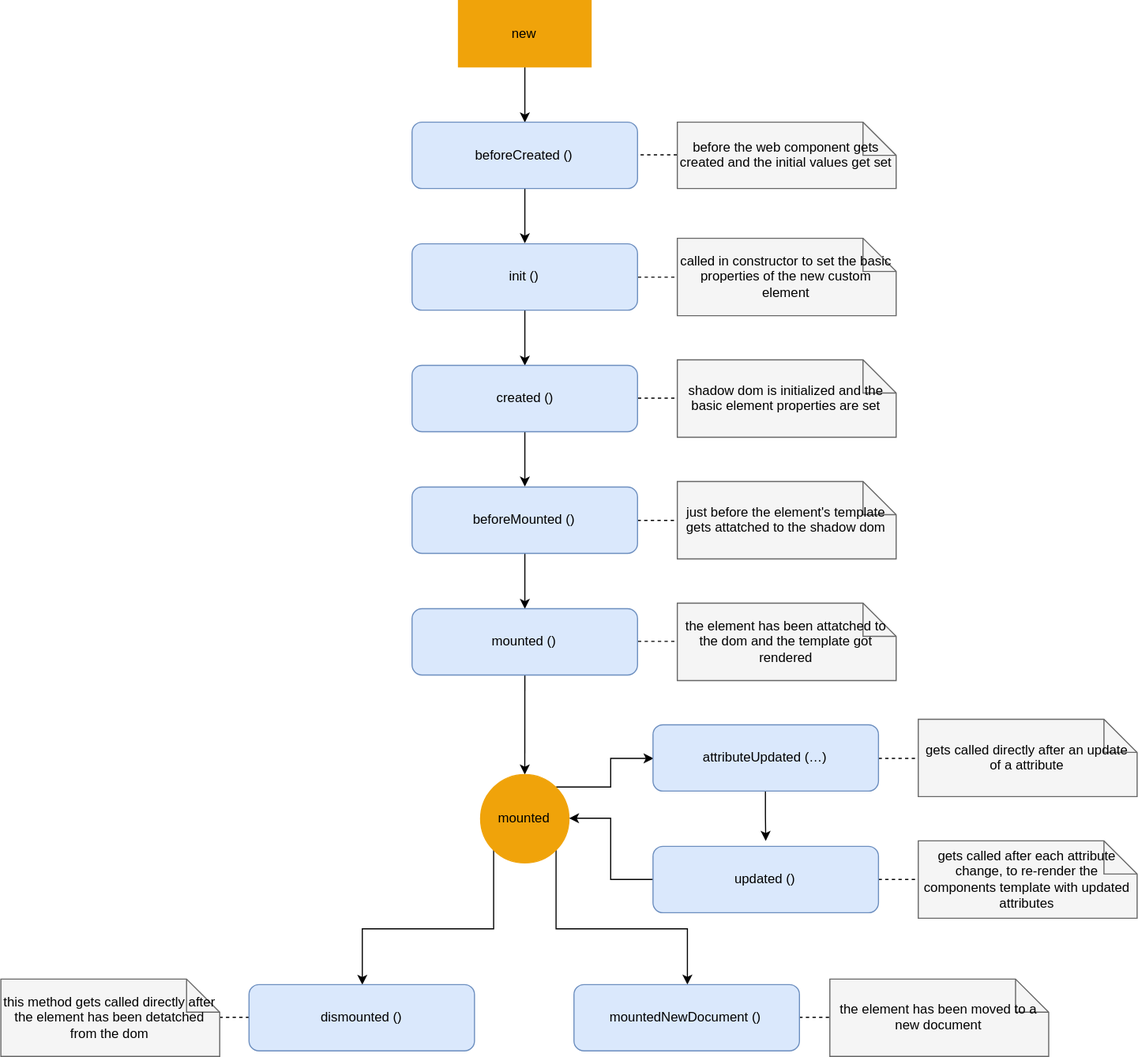
Before: img/component-lifecycle.svg, a diagram exported from draw.io (tangleMesh/base-class). Source tidied: cells renumbered, new cells last; positions are measured from the earlier drawing's top-left corner, leaving out a move shared by most shapes. Its diagram source:
```xml
<mxGraphModel background="#ffffff">
  <root>
    <mxCell id="0" />
    <mxCell id="1" parent="0" />
    <mxCell id="2" style="edgeStyle=orthogonalEdgeStyle;rounded=0;html=1;exitX=0.5;exitY=1;entryX=0.5;entryY=0;jettySize=auto;" parent="1" edge="1" source="3" target="31">
      <mxGeometry relative="1" as="geometry" />
    </mxCell>
    <mxCell id="3" value="new" style="rounded=0;whiteSpace=wrap;html=1;fillColor=#f0a30a;strokeColor=#f0a30a;" parent="1" vertex="1">
      <mxGeometry x="414" width="120" height="60" as="geometry" />
    </mxCell>
    <mxCell id="4" style="edgeStyle=orthogonalEdgeStyle;rounded=0;html=1;exitX=0.5;exitY=1;entryX=0.5;entryY=0;jettySize=auto;" parent="1" edge="1" source="6" target="9">
      <mxGeometry relative="1" as="geometry" />
    </mxCell>
    <mxCell id="5" style="edgeStyle=orthogonalEdgeStyle;rounded=0;html=1;exitX=1;exitY=0.5;entryX=0;entryY=0.5;dashed=1;endArrow=none;endFill=0;jettySize=auto;strokeColor=#000000;" parent="1" edge="1" source="6" target="34">
      <mxGeometry relative="1" as="geometry" />
    </mxCell>
    <mxCell id="6" value="init ()" style="rounded=1;whiteSpace=wrap;html=1;fillColor=#dae8fc;strokeColor=#6c8ebf;" parent="1" vertex="1">
      <mxGeometry x="372" y="220" width="204" height="60" as="geometry" />
    </mxCell>
    <mxCell id="7" style="edgeStyle=orthogonalEdgeStyle;rounded=0;html=1;exitX=0.5;exitY=1;entryX=0.5;entryY=0;jettySize=auto;" parent="1" edge="1" source="9" target="12">
      <mxGeometry relative="1" as="geometry" />
    </mxCell>
    <mxCell id="8" style="edgeStyle=orthogonalEdgeStyle;rounded=0;html=1;exitX=1;exitY=0.5;entryX=0;entryY=0.5;dashed=1;endArrow=none;endFill=0;jettySize=auto;strokeColor=#000000;" parent="1" edge="1" source="9" target="35">
      <mxGeometry relative="1" as="geometry" />
    </mxCell>
    <mxCell id="9" value="created ()" style="rounded=1;whiteSpace=wrap;html=1;fillColor=#dae8fc;strokeColor=#6c8ebf;" parent="1" vertex="1">
      <mxGeometry x="372" y="330" width="204" height="60" as="geometry" />
    </mxCell>
    <mxCell id="10" style="edgeStyle=orthogonalEdgeStyle;rounded=0;html=1;exitX=0.5;exitY=1;entryX=0.5;entryY=0;jettySize=auto;" parent="1" edge="1" source="12" target="15">
      <mxGeometry relative="1" as="geometry" />
    </mxCell>
    <mxCell id="11" style="edgeStyle=orthogonalEdgeStyle;rounded=0;html=1;dashed=1;endArrow=none;endFill=0;jettySize=auto;strokeColor=#000000;" parent="1" edge="1" source="12" target="36">
      <mxGeometry relative="1" as="geometry" />
    </mxCell>
    <mxCell id="12" value="beforeMounted ()" style="rounded=1;whiteSpace=wrap;html=1;fillColor=#dae8fc;strokeColor=#6c8ebf;" parent="1" vertex="1">
      <mxGeometry x="372" y="440" width="204" height="60" as="geometry" />
    </mxCell>
    <mxCell id="13" style="edgeStyle=orthogonalEdgeStyle;rounded=0;html=1;exitX=0.5;exitY=1;jettySize=auto;" parent="1" edge="1" source="15" target="19">
      <mxGeometry relative="1" as="geometry" />
    </mxCell>
    <mxCell id="14" style="edgeStyle=orthogonalEdgeStyle;rounded=0;html=1;exitX=1;exitY=0.5;entryX=0;entryY=0.5;dashed=1;endArrow=none;endFill=0;jettySize=auto;strokeColor=#000000;" parent="1" edge="1" source="15" target="37">
      <mxGeometry relative="1" as="geometry" />
    </mxCell>
    <mxCell id="15" value="mounted ()" style="rounded=1;whiteSpace=wrap;html=1;fillColor=#dae8fc;strokeColor=#6c8ebf;" parent="1" vertex="1">
      <mxGeometry x="372" y="550" width="204" height="60" as="geometry" />
    </mxCell>
    <mxCell id="16" style="edgeStyle=orthogonalEdgeStyle;rounded=0;html=1;exitX=0;exitY=1;entryX=0.5;entryY=0;jettySize=auto;" parent="1" edge="1" source="19" target="29">
      <mxGeometry relative="1" as="geometry">
        <Array as="points">
          <mxPoint x="446" y="840" />
          <mxPoint x="327" y="840" />
        </Array>
      </mxGeometry>
    </mxCell>
    <mxCell id="17" style="edgeStyle=orthogonalEdgeStyle;rounded=0;html=1;exitX=1;exitY=1;jettySize=auto;" parent="1" edge="1" source="19" target="27">
      <mxGeometry relative="1" as="geometry">
        <Array as="points">
          <mxPoint x="502" y="840" />
          <mxPoint x="621" y="840" />
        </Array>
      </mxGeometry>
    </mxCell>
    <mxCell id="18" style="edgeStyle=orthogonalEdgeStyle;rounded=0;html=1;exitX=1;exitY=0;entryX=0;entryY=0.5;jettySize=auto;" parent="1" edge="1" source="19" target="22">
      <mxGeometry relative="1" as="geometry" />
    </mxCell>
    <mxCell id="19" value="mounted" style="ellipse;whiteSpace=wrap;html=1;fillColor=#f0a30a;strokeColor=#f0a30a;" parent="1" vertex="1">
      <mxGeometry x="434" y="700" width="80" height="80" as="geometry" />
    </mxCell>
    <mxCell id="20" style="edgeStyle=orthogonalEdgeStyle;rounded=0;html=1;exitX=0.5;exitY=1;jettySize=auto;" parent="1" edge="1" source="22">
      <mxGeometry relative="1" as="geometry">
        <mxPoint x="692" y="760" as="targetPoint" />
      </mxGeometry>
    </mxCell>
    <mxCell id="21" style="edgeStyle=orthogonalEdgeStyle;rounded=0;html=1;exitX=1;exitY=0.5;entryX=0;entryY=0.5;dashed=1;endArrow=none;endFill=0;jettySize=auto;strokeColor=#000000;" parent="1" edge="1" source="22" target="38">
      <mxGeometry relative="1" as="geometry" />
    </mxCell>
    <mxCell id="22" value="attributeUpdated (…)" style="rounded=1;whiteSpace=wrap;html=1;fillColor=#dae8fc;strokeColor=#6c8ebf;" parent="1" vertex="1">
      <mxGeometry x="590" y="655" width="204" height="60" as="geometry" />
    </mxCell>
    <mxCell id="23" style="edgeStyle=orthogonalEdgeStyle;rounded=0;html=1;exitX=0;exitY=0.5;entryX=1;entryY=0.5;jettySize=auto;" parent="1" edge="1" source="25" target="19">
      <mxGeometry relative="1" as="geometry" />
    </mxCell>
    <mxCell id="24" style="edgeStyle=orthogonalEdgeStyle;rounded=0;html=1;exitX=1;exitY=0.5;entryX=0;entryY=0.5;dashed=1;endArrow=none;endFill=0;jettySize=auto;strokeColor=#000000;" parent="1" edge="1" source="25" target="39">
      <mxGeometry relative="1" as="geometry" />
    </mxCell>
    <mxCell id="25" value="updated ()" style="rounded=1;whiteSpace=wrap;html=1;fillColor=#dae8fc;strokeColor=#6c8ebf;" parent="1" vertex="1">
      <mxGeometry x="590" y="765" width="204" height="60" as="geometry" />
    </mxCell>
    <mxCell id="26" style="edgeStyle=orthogonalEdgeStyle;rounded=0;html=1;exitX=1;exitY=0.5;entryX=0;entryY=0.5;dashed=1;endArrow=none;endFill=0;jettySize=auto;strokeColor=#000000;" parent="1" edge="1" source="27" target="41">
      <mxGeometry relative="1" as="geometry" />
    </mxCell>
    <mxCell id="27" value="mountedNewDocument ()" style="rounded=1;whiteSpace=wrap;html=1;fillColor=#dae8fc;strokeColor=#6c8ebf;" parent="1" vertex="1">
      <mxGeometry x="518.5" y="890" width="204" height="60" as="geometry" />
    </mxCell>
    <mxCell id="28" style="edgeStyle=orthogonalEdgeStyle;rounded=0;html=1;exitX=0;exitY=0.5;entryX=1;entryY=0.5;dashed=1;endArrow=none;endFill=0;jettySize=auto;strokeColor=#000000;" parent="1" edge="1" source="29" target="40">
      <mxGeometry relative="1" as="geometry" />
    </mxCell>
    <mxCell id="29" value="dismounted ()" style="rounded=1;whiteSpace=wrap;html=1;fillColor=#dae8fc;strokeColor=#6c8ebf;" parent="1" vertex="1">
      <mxGeometry x="224.5" y="890" width="204" height="60" as="geometry" />
    </mxCell>
    <mxCell id="30" style="edgeStyle=orthogonalEdgeStyle;rounded=0;html=1;exitX=0.5;exitY=1;entryX=0.5;entryY=0;jettySize=auto;" parent="1" edge="1" source="31" target="6">
      <mxGeometry relative="1" as="geometry" />
    </mxCell>
    <mxCell id="31" value="beforeCreated ()" style="rounded=1;whiteSpace=wrap;html=1;fillColor=#dae8fc;strokeColor=#6c8ebf;" parent="1" vertex="1">
      <mxGeometry x="372" y="110" width="204" height="60" as="geometry" />
    </mxCell>
    <mxCell id="32" style="edgeStyle=orthogonalEdgeStyle;rounded=0;html=1;exitX=0;exitY=0.5;entryX=1;entryY=0.5;jettySize=auto;dashed=1;strokeColor=#000000;endArrow=none;endFill=0;" parent="1" edge="1" source="33" target="31">
      <mxGeometry relative="1" as="geometry" />
    </mxCell>
    <mxCell id="33" value="before the web component gets created and the initial values get set" style="shape=note;whiteSpace=wrap;html=1;backgroundOutline=1;fillColor=#f5f5f5;strokeColor=#666666;" parent="1" vertex="1">
      <mxGeometry x="612" y="110" width="198" height="60" as="geometry" />
    </mxCell>
    <mxCell id="34" value="called in constructor to set the basic properties of the new custom element" style="shape=note;whiteSpace=wrap;html=1;backgroundOutline=1;fillColor=#f5f5f5;strokeColor=#666666;" parent="1" vertex="1">
      <mxGeometry x="612" y="215" width="198" height="70" as="geometry" />
    </mxCell>
    <mxCell id="35" value="shadow dom is initialized and the basic element properties are set" style="shape=note;whiteSpace=wrap;html=1;backgroundOutline=1;fillColor=#f5f5f5;strokeColor=#666666;" parent="1" vertex="1">
      <mxGeometry x="612" y="325" width="198" height="70" as="geometry" />
    </mxCell>
    <mxCell id="36" value="just before the element's template gets attatched to the shadow dom" style="shape=note;whiteSpace=wrap;html=1;backgroundOutline=1;fillColor=#f5f5f5;strokeColor=#666666;" parent="1" vertex="1">
      <mxGeometry x="612" y="435" width="198" height="70" as="geometry" />
    </mxCell>
    <mxCell id="37" value="the element has been attatched to the dom and the template got rendered" style="shape=note;whiteSpace=wrap;html=1;backgroundOutline=1;fillColor=#f5f5f5;strokeColor=#666666;" parent="1" vertex="1">
      <mxGeometry x="612" y="545" width="198" height="70" as="geometry" />
    </mxCell>
    <mxCell id="38" value="gets called directly after an update of a attribute" style="shape=note;whiteSpace=wrap;html=1;backgroundOutline=1;fillColor=#f5f5f5;strokeColor=#666666;" parent="1" vertex="1">
      <mxGeometry x="830" y="650" width="198" height="70" as="geometry" />
    </mxCell>
    <mxCell id="39" value="gets called after each attribute change, to re-render the components template with updated attributes" style="shape=note;whiteSpace=wrap;html=1;backgroundOutline=1;fillColor=#f5f5f5;strokeColor=#666666;" parent="1" vertex="1">
      <mxGeometry x="830" y="760" width="198" height="70" as="geometry" />
    </mxCell>
    <mxCell id="40" value="this method gets called directly after the element has been detatched from the dom" style="shape=note;whiteSpace=wrap;html=1;backgroundOutline=1;fillColor=#f5f5f5;strokeColor=#666666;" parent="1" vertex="1">
      <mxGeometry y="885" width="198" height="70" as="geometry" />
    </mxCell>
    <mxCell id="41" value="the element has been moved to a new document" style="shape=note;whiteSpace=wrap;html=1;backgroundOutline=1;fillColor=#f5f5f5;strokeColor=#666666;" parent="1" vertex="1">
      <mxGeometry x="750" y="885" width="198" height="70" as="geometry" />
    </mxCell>
  </root>
</mxGraphModel>
```
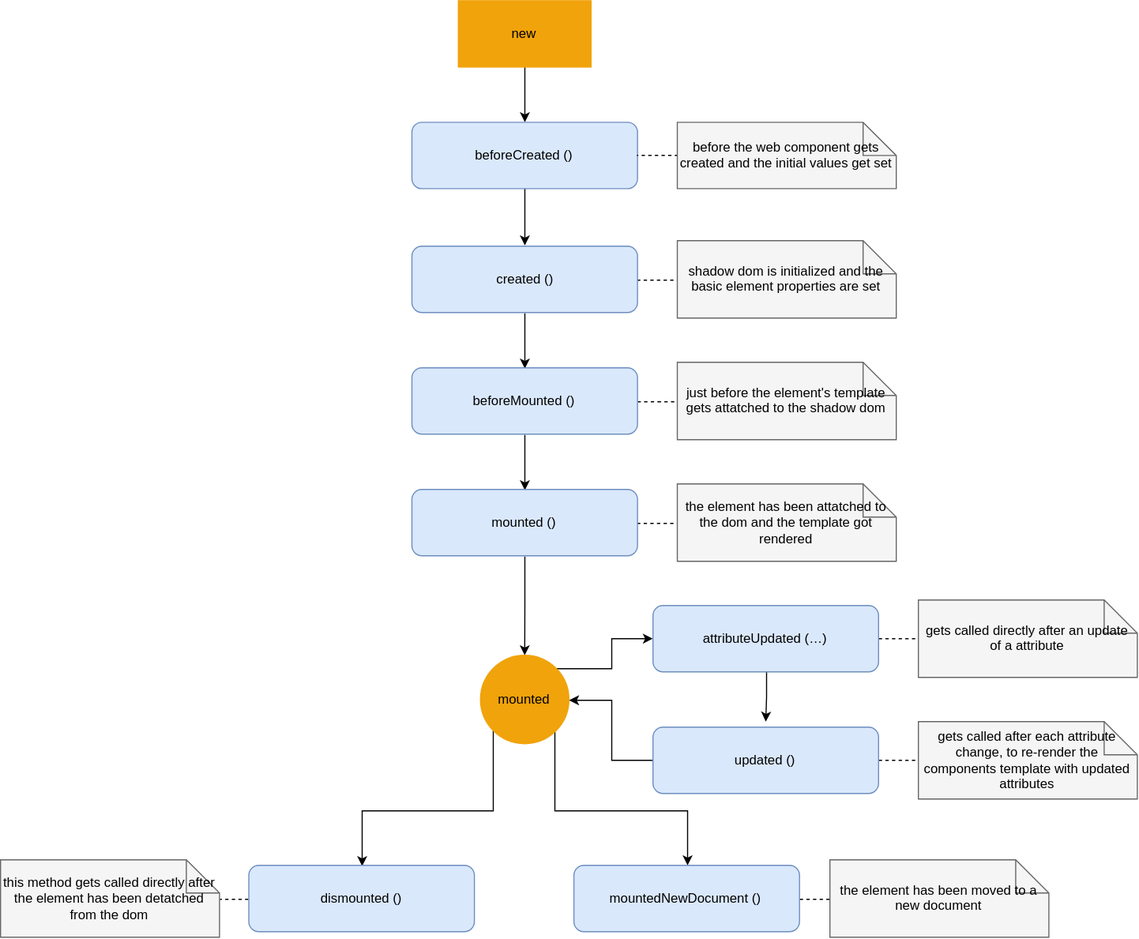
After the commit.

Change to the diagram source:
```diff
@@ -6,17 +6,8 @@
       <mxGeometry relative="1" as="geometry" />
     </mxCell>
     <mxCell id="3" value="new" style="rounded=0;whiteSpace=wrap;html=1;fillColor=#f0a30a;strokeColor=#f0a30a;" parent="1" vertex="1">
-      <mxGeometry x="414" width="120" height="60" as="geometry" />
+      <mxGeometry x="414" y="108" width="120" height="60" as="geometry" />
     </mxCell>
-    <mxCell id="4" style="edgeStyle=orthogonalEdgeStyle;rounded=0;html=1;exitX=0.5;exitY=1;entryX=0.5;entryY=0;jettySize=auto;" parent="1" edge="1" source="6" target="9">
-      <mxGeometry relative="1" as="geometry" />
-    </mxCell>
-    <mxCell id="5" style="edgeStyle=orthogonalEdgeStyle;rounded=0;html=1;exitX=1;exitY=0.5;entryX=0;entryY=0.5;dashed=1;endArrow=none;endFill=0;jettySize=auto;strokeColor=#000000;" parent="1" edge="1" source="6" target="34">
-      <mxGeometry relative="1" as="geometry" />
-    </mxCell>
-    <mxCell id="6" value="init ()" style="rounded=1;whiteSpace=wrap;html=1;fillColor=#dae8fc;strokeColor=#6c8ebf;" parent="1" vertex="1">
-      <mxGeometry x="372" y="220" width="204" height="60" as="geometry" />
-    </mxCell>
     <mxCell id="7" style="edgeStyle=orthogonalEdgeStyle;rounded=0;html=1;exitX=0.5;exitY=1;entryX=0.5;entryY=0;jettySize=auto;" parent="1" edge="1" source="9" target="12">
       <mxGeometry relative="1" as="geometry" />
     </mxCell>
@@ -98,21 +89,18 @@
     <mxCell id="29" value="dismounted ()" style="rounded=1;whiteSpace=wrap;html=1;fillColor=#dae8fc;strokeColor=#6c8ebf;" parent="1" vertex="1">
       <mxGeometry x="224.5" y="890" width="204" height="60" as="geometry" />
     </mxCell>
-    <mxCell id="30" style="edgeStyle=orthogonalEdgeStyle;rounded=0;html=1;exitX=0.5;exitY=1;entryX=0.5;entryY=0;jettySize=auto;" parent="1" edge="1" source="31" target="6">
+    <mxCell id="30" style="edgeStyle=orthogonalEdgeStyle;rounded=0;html=1;exitX=0.5;exitY=1;entryX=0.5;entryY=0;jettySize=auto;" parent="1" edge="1" source="31" target="9">
       <mxGeometry relative="1" as="geometry" />
     </mxCell>
     <mxCell id="31" value="beforeCreated ()" style="rounded=1;whiteSpace=wrap;html=1;fillColor=#dae8fc;strokeColor=#6c8ebf;" parent="1" vertex="1">
-      <mxGeometry x="372" y="110" width="204" height="60" as="geometry" />
+      <mxGeometry x="372" y="218" width="204" height="60" as="geometry" />
     </mxCell>
     <mxCell id="32" style="edgeStyle=orthogonalEdgeStyle;rounded=0;html=1;exitX=0;exitY=0.5;entryX=1;entryY=0.5;jettySize=auto;dashed=1;strokeColor=#000000;endArrow=none;endFill=0;" parent="1" edge="1" source="33" target="31">
       <mxGeometry relative="1" as="geometry" />
     </mxCell>
     <mxCell id="33" value="before the web component gets created and the initial values get set" style="shape=note;whiteSpace=wrap;html=1;backgroundOutline=1;fillColor=#f5f5f5;strokeColor=#666666;" parent="1" vertex="1">
-      <mxGeometry x="612" y="110" width="198" height="60" as="geometry" />
+      <mxGeometry x="612" y="218" width="198" height="60" as="geometry" />
     </mxCell>
-    <mxCell id="34" value="called in constructor to set the basic properties of the new custom element" style="shape=note;whiteSpace=wrap;html=1;backgroundOutline=1;fillColor=#f5f5f5;strokeColor=#666666;" parent="1" vertex="1">
-      <mxGeometry x="612" y="215" width="198" height="70" as="geometry" />
-    </mxCell>
     <mxCell id="35" value="shadow dom is initialized and the basic element properties are set" style="shape=note;whiteSpace=wrap;html=1;backgroundOutline=1;fillColor=#f5f5f5;strokeColor=#666666;" parent="1" vertex="1">
       <mxGeometry x="612" y="325" width="198" height="70" as="geometry" />
     </mxCell>
```
